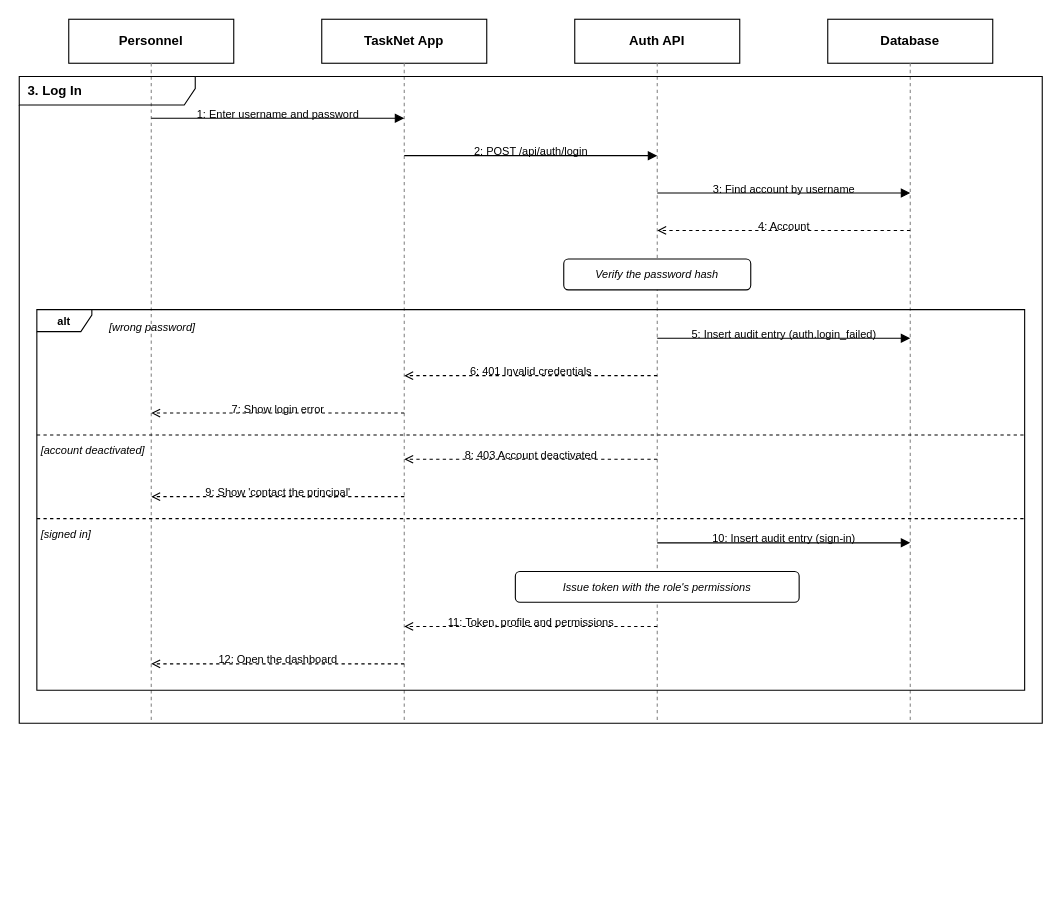
Earlier version of the draw.io diagram page "3. Log In" (3 of 14) of docs/TaskNet_Personnel_Sequence.drawio (sjekob/Task-and-Event-Management-System). Source tidied: cells renumbered, new cells numbered last; positions are measured from the earlier drawing's top-left corner, leaving out a move shared by most shapes. Both pictures are drawn from the tidied source at 110%, with x=0, y=0 at pixel (19, 19).
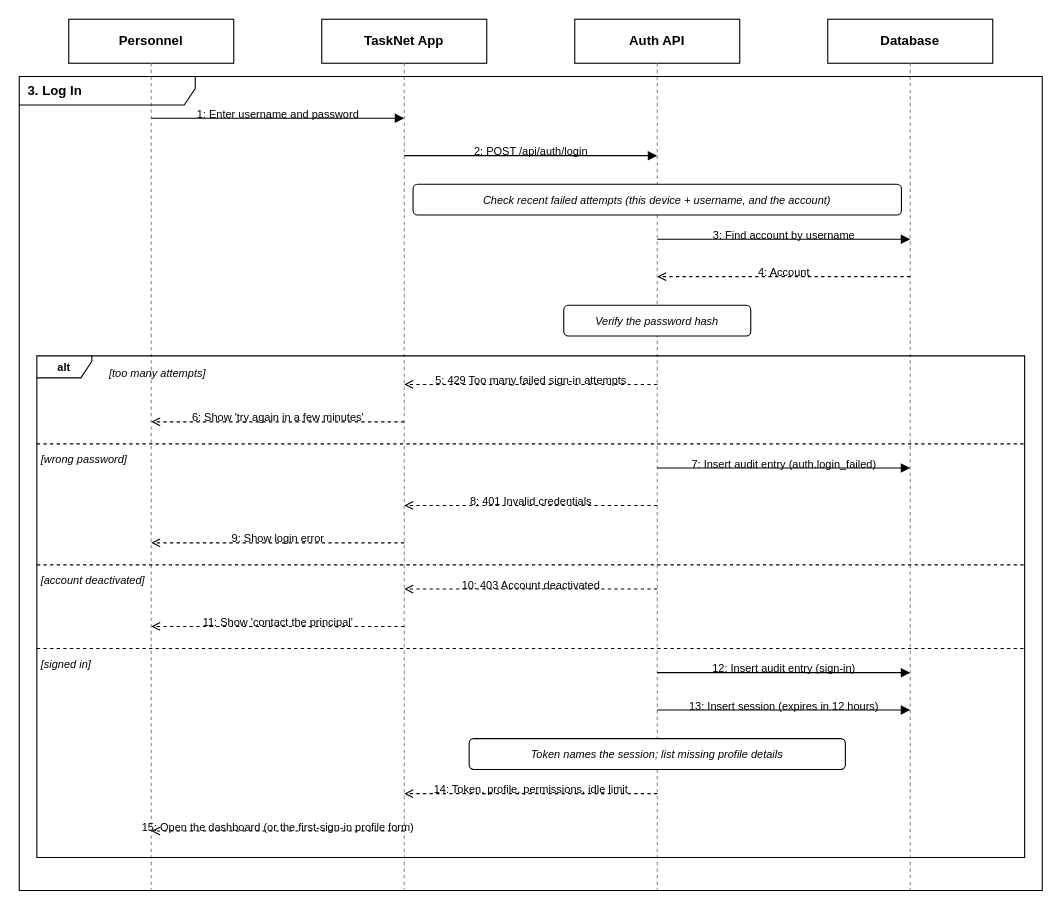
Above is the later version.

Change to the diagram source:
```diff
@@
-    <mxCell id="2" value="Personnel" style="rounded=0;whiteSpace=wrap;html=1;fillColor=#ffffff;strokeColor=#000000;fontColor=#000000;fontStyle=1;fontSize=12;" parent="1" vertex="1">
-      <mxGeometry x="45" width="150" height="40" as="geometry" />
-    </mxCell>
-    <mxCell id="3" style="endArrow=none;dashed=1;html=1;strokeColor=#888888;" parent="1" edge="1">
-      <mxGeometry relative="1" as="geometry">
-        <mxPoint x="120" y="40" as="sourcePoint" />
-        <mxPoint x="120" y="640" as="targetPoint" />
-      </mxGeometry>
-    </mxCell>
-    <mxCell id="4" value="TaskNet App" style="rounded=0;whiteSpace=wrap;html=1;fillColor=#ffffff;strokeColor=#000000;fontColor=#000000;fontStyle=1;fontSize=12;" parent="1" vertex="1">
-      <mxGeometry x="275" width="150" height="40" as="geometry" />
-    </mxCell>
-    <mxCell id="5" style="endArrow=none;dashed=1;html=1;strokeColor=#888888;" parent="1" edge="1">
-      <mxGeometry relative="1" as="geometry">
-        <mxPoint x="350" y="40" as="sourcePoint" />
-        <mxPoint x="350" y="640" as="targetPoint" />
-      </mxGeometry>
-    </mxCell>
-    <mxCell id="6" value="Auth API" style="rounded=0;whiteSpace=wrap;html=1;fillColor=#ffffff;strokeColor=#000000;fontColor=#000000;fontStyle=1;fontSize=12;" parent="1" vertex="1">
-      <mxGeometry x="505" width="150" height="40" as="geometry" />
-    </mxCell>
-    <mxCell id="7" style="endArrow=none;dashed=1;html=1;strokeColor=#888888;" parent="1" edge="1">
-      <mxGeometry relative="1" as="geometry">
-        <mxPoint x="580" y="40" as="sourcePoint" />
-        <mxPoint x="580" y="640" as="targetPoint" />
-      </mxGeometry>
-    </mxCell>
-    <mxCell id="8" value="Database" style="rounded=0;whiteSpace=wrap;html=1;fillColor=#ffffff;strokeColor=#000000;fontColor=#000000;fontStyle=1;fontSize=12;" parent="1" vertex="1">
-      <mxGeometry x="735" width="150" height="40" as="geometry" />
-    </mxCell>
-    <mxCell id="9" style="endArrow=none;dashed=1;html=1;strokeColor=#888888;" parent="1" edge="1">
-      <mxGeometry relative="1" as="geometry">
-        <mxPoint x="810" y="40" as="sourcePoint" />
-        <mxPoint x="810" y="640" as="targetPoint" />
-      </mxGeometry>
-    </mxCell>
-    <mxCell id="10" value="3. Log In" style="shape=umlFrame;whiteSpace=wrap;html=1;width=160;height=26;fillColor=none;strokeColor=#000000;fontColor=#000000;fontSize=12;fontStyle=1;align=left;spacingLeft=6;" parent="1" vertex="1">
-      <mxGeometry y="52" width="930" height="588" as="geometry" />
-    </mxCell>
+    <mxCell id="43" value="Personnel" style="rounded=0;whiteSpace=wrap;html=1;fillColor=#ffffff;strokeColor=#000000;fontColor=#000000;fontStyle=1;fontSize=12;" parent="1" vertex="1">
+      <mxGeometry x="45" width="150" height="40" as="geometry" />
+    </mxCell>
+    <mxCell id="44" style="endArrow=none;dashed=1;html=1;strokeColor=#888888;" parent="1" edge="1">
+      <mxGeometry relative="1" as="geometry">
+        <mxPoint x="120" y="40" as="sourcePoint" />
+        <mxPoint x="120" y="792" as="targetPoint" />
+      </mxGeometry>
+    </mxCell>
+    <mxCell id="45" value="TaskNet App" style="rounded=0;whiteSpace=wrap;html=1;fillColor=#ffffff;strokeColor=#000000;fontColor=#000000;fontStyle=1;fontSize=12;" parent="1" vertex="1">
+      <mxGeometry x="275" width="150" height="40" as="geometry" />
+    </mxCell>
+    <mxCell id="46" style="endArrow=none;dashed=1;html=1;strokeColor=#888888;" parent="1" edge="1">
+      <mxGeometry relative="1" as="geometry">
+        <mxPoint x="350" y="40" as="sourcePoint" />
+        <mxPoint x="350" y="792" as="targetPoint" />
+      </mxGeometry>
+    </mxCell>
+    <mxCell id="47" value="Auth API" style="rounded=0;whiteSpace=wrap;html=1;fillColor=#ffffff;strokeColor=#000000;fontColor=#000000;fontStyle=1;fontSize=12;" parent="1" vertex="1">
+      <mxGeometry x="505" width="150" height="40" as="geometry" />
+    </mxCell>
+    <mxCell id="48" style="endArrow=none;dashed=1;html=1;strokeColor=#888888;" parent="1" edge="1">
+      <mxGeometry relative="1" as="geometry">
+        <mxPoint x="580" y="40" as="sourcePoint" />
+        <mxPoint x="580" y="792" as="targetPoint" />
+      </mxGeometry>
+    </mxCell>
+    <mxCell id="49" value="Database" style="rounded=0;whiteSpace=wrap;html=1;fillColor=#ffffff;strokeColor=#000000;fontColor=#000000;fontStyle=1;fontSize=12;" parent="1" vertex="1">
+      <mxGeometry x="735" width="150" height="40" as="geometry" />
+    </mxCell>
+    <mxCell id="50" style="endArrow=none;dashed=1;html=1;strokeColor=#888888;" parent="1" edge="1">
+      <mxGeometry relative="1" as="geometry">
+        <mxPoint x="810" y="40" as="sourcePoint" />
+        <mxPoint x="810" y="792" as="targetPoint" />
+      </mxGeometry>
+    </mxCell>
+    <mxCell id="51" value="3. Log In" style="shape=umlFrame;whiteSpace=wrap;html=1;width=160;height=26;fillColor=none;strokeColor=#000000;fontColor=#000000;fontSize=12;fontStyle=1;align=left;spacingLeft=6;" parent="1" vertex="1">
+      <mxGeometry y="52" width="930" height="740" as="geometry" />
+    </mxCell>
@@
-    <mxCell id="15" style="edgeStyle=none;html=1;strokeColor=#000000;endSize=6;endArrow=block;endFill=1;" parent="1" edge="1">
-      <mxGeometry relative="1" as="geometry">
-        <mxPoint x="580" y="158" as="sourcePoint" />
-        <mxPoint x="810" y="158" as="targetPoint" />
-      </mxGeometry>
+    <mxCell id="15" value="Check recent failed attempts (this device + username, and the account)" style="rounded=1;html=1;whiteSpace=wrap;fillColor=#ffffff;strokeColor=#000000;fontColor=#000000;fontSize=10;fontStyle=2;" parent="1" vertex="1">
+      <mxGeometry x="358" y="150" width="444" height="28" as="geometry" />
     </mxCell>
-    <mxCell id="16" value="3: Find account by username" style="text;html=1;fontColor=#000000;fontSize=10;align=center;whiteSpace=nowrap;" parent="1" vertex="1">
-      <mxGeometry x="580" y="142" width="230" height="14" as="geometry" />
+    <mxCell id="16" style="edgeStyle=none;html=1;strokeColor=#000000;endSize=6;endArrow=block;endFill=1;" parent="1" edge="1">
+      <mxGeometry relative="1" as="geometry">
+        <mxPoint x="580" y="200" as="sourcePoint" />
+        <mxPoint x="810" y="200" as="targetPoint" />
+      </mxGeometry>
     </mxCell>
-    <mxCell id="17" style="edgeStyle=none;html=1;strokeColor=#000000;endSize=6;dashed=1;endArrow=open;endFill=0;" parent="1" edge="1">
-      <mxGeometry relative="1" as="geometry">
-        <mxPoint x="810" y="192" as="sourcePoint" />
-        <mxPoint x="580" y="192" as="targetPoint" />
-      </mxGeometry>
+    <mxCell id="17" value="3: Find account by username" style="text;html=1;fontColor=#000000;fontSize=10;align=center;whiteSpace=nowrap;" parent="1" vertex="1">
+      <mxGeometry x="580" y="184" width="230" height="14" as="geometry" />
     </mxCell>
-    <mxCell id="18" value="4: Account" style="text;html=1;fontColor=#000000;fontSize=10;align=center;whiteSpace=nowrap;" parent="1" vertex="1">
-      <mxGeometry x="580" y="176" width="230" height="14" as="geometry" />
+    <mxCell id="18" style="edgeStyle=none;html=1;strokeColor=#000000;endSize=6;dashed=1;endArrow=open;endFill=0;" parent="1" edge="1">
+      <mxGeometry relative="1" as="geometry">
+        <mxPoint x="810" y="234" as="sourcePoint" />
+        <mxPoint x="580" y="234" as="targetPoint" />
+      </mxGeometry>
     </mxCell>
-    <mxCell id="19" value="Verify the password hash" style="rounded=1;html=1;whiteSpace=wrap;fillColor=#ffffff;strokeColor=#000000;fontColor=#000000;fontSize=10;fontStyle=2;" parent="1" vertex="1">
-      <mxGeometry x="495" y="218" width="170" height="28" as="geometry" />
+    <mxCell id="19" value="4: Account" style="text;html=1;fontColor=#000000;fontSize=10;align=center;whiteSpace=nowrap;" parent="1" vertex="1">
+      <mxGeometry x="580" y="218" width="230" height="14" as="geometry" />
     </mxCell>
-    <mxCell id="20" value="[wrong password]" style="text;html=1;fontColor=#000000;fontSize=10;align=left;fontStyle=2;" parent="1" vertex="1">
-      <mxGeometry x="80" y="268" width="400" height="14" as="geometry" />
+    <mxCell id="20" value="Verify the password hash" style="rounded=1;html=1;whiteSpace=wrap;fillColor=#ffffff;strokeColor=#000000;fontColor=#000000;fontSize=10;fontStyle=2;" parent="1" vertex="1">
+      <mxGeometry x="495" y="260" width="170" height="28" as="geometry" />
     </mxCell>
-    <mxCell id="21" style="edgeStyle=none;html=1;strokeColor=#000000;endSize=6;endArrow=block;endFill=1;" parent="1" edge="1">
-      <mxGeometry relative="1" as="geometry">
-        <mxPoint x="580" y="290" as="sourcePoint" />
-        <mxPoint x="810" y="290" as="targetPoint" />
-      </mxGeometry>
+    <mxCell id="21" value="[too many attempts]" style="text;html=1;fontColor=#000000;fontSize=10;align=left;fontStyle=2;" parent="1" vertex="1">
+      <mxGeometry x="80" y="310" width="400" height="14" as="geometry" />
     </mxCell>
-    <mxCell id="22" value="5: Insert audit entry (auth.login_failed)" style="text;html=1;fontColor=#000000;fontSize=10;align=center;whiteSpace=nowrap;" parent="1" vertex="1">
-      <mxGeometry x="580" y="274" width="230" height="14" as="geometry" />
+    <mxCell id="22" style="edgeStyle=none;html=1;strokeColor=#000000;endSize=6;dashed=1;endArrow=open;endFill=0;" parent="1" edge="1">
+      <mxGeometry relative="1" as="geometry">
+        <mxPoint x="580" y="332" as="sourcePoint" />
+        <mxPoint x="350" y="332" as="targetPoint" />
+      </mxGeometry>
     </mxCell>
-    <mxCell id="23" style="edgeStyle=none;html=1;strokeColor=#000000;endSize=6;dashed=1;endArrow=open;endFill=0;" parent="1" edge="1">
-      <mxGeometry relative="1" as="geometry">
-        <mxPoint x="580" y="324" as="sourcePoint" />
-        <mxPoint x="350" y="324" as="targetPoint" />
-      </mxGeometry>
+    <mxCell id="23" value="5: 429 Too many failed sign-in attempts" style="text;html=1;fontColor=#000000;fontSize=10;align=center;whiteSpace=nowrap;" parent="1" vertex="1">
+      <mxGeometry x="350" y="316" width="230" height="14" as="geometry" />
     </mxCell>
-    <mxCell id="24" value="6: 401 Invalid credentials" style="text;html=1;fontColor=#000000;fontSize=10;align=center;whiteSpace=nowrap;" parent="1" vertex="1">
-      <mxGeometry x="350" y="308" width="230" height="14" as="geometry" />
+    <mxCell id="24" style="edgeStyle=none;html=1;strokeColor=#000000;endSize=6;dashed=1;endArrow=open;endFill=0;" parent="1" edge="1">
+      <mxGeometry relative="1" as="geometry">
+        <mxPoint x="350" y="366" as="sourcePoint" />
+        <mxPoint x="120" y="366" as="targetPoint" />
+      </mxGeometry>
     </mxCell>
-    <mxCell id="25" style="edgeStyle=none;html=1;strokeColor=#000000;endSize=6;dashed=1;endArrow=open;endFill=0;" parent="1" edge="1">
-      <mxGeometry relative="1" as="geometry">
-        <mxPoint x="350" y="358" as="sourcePoint" />
-        <mxPoint x="120" y="358" as="targetPoint" />
-      </mxGeometry>
+    <mxCell id="25" value="6: Show 'try again in a few minutes'" style="text;html=1;fontColor=#000000;fontSize=10;align=center;whiteSpace=nowrap;" parent="1" vertex="1">
+      <mxGeometry x="120" y="350" width="230" height="14" as="geometry" />
     </mxCell>
-    <mxCell id="26" value="7: Show login error" style="text;html=1;fontColor=#000000;fontSize=10;align=center;whiteSpace=nowrap;" parent="1" vertex="1">
-      <mxGeometry x="120" y="342" width="230" height="14" as="geometry" />
+    <mxCell id="26" value="[wrong password]" style="text;html=1;fontColor=#000000;fontSize=10;align=left;fontStyle=2;" parent="1" vertex="1">
+      <mxGeometry x="18" y="388" width="400" height="14" as="geometry" />
     </mxCell>
-    <mxCell id="27" value="[account deactivated]" style="text;html=1;fontColor=#000000;fontSize=10;align=left;fontStyle=2;" parent="1" vertex="1">
-      <mxGeometry x="18" y="380" width="400" height="14" as="geometry" />
+    <mxCell id="27" style="edgeStyle=none;html=1;strokeColor=#000000;endSize=6;endArrow=block;endFill=1;" parent="1" edge="1">
+      <mxGeometry relative="1" as="geometry">
+        <mxPoint x="580" y="408" as="sourcePoint" />
+        <mxPoint x="810" y="408" as="targetPoint" />
+      </mxGeometry>
     </mxCell>
-    <mxCell id="28" style="edgeStyle=none;html=1;strokeColor=#000000;endSize=6;dashed=1;endArrow=open;endFill=0;" parent="1" edge="1">
-      <mxGeometry relative="1" as="geometry">
-        <mxPoint x="580" y="400" as="sourcePoint" />
-        <mxPoint x="350" y="400" as="targetPoint" />
-      </mxGeometry>
+    <mxCell id="28" value="7: Insert audit entry (auth.login_failed)" style="text;html=1;fontColor=#000000;fontSize=10;align=center;whiteSpace=nowrap;" parent="1" vertex="1">
+      <mxGeometry x="580" y="392" width="230" height="14" as="geometry" />
     </mxCell>
-    <mxCell id="29" value="8: 403 Account deactivated" style="text;html=1;fontColor=#000000;fontSize=10;align=center;whiteSpace=nowrap;" parent="1" vertex="1">
-      <mxGeometry x="350" y="384" width="230" height="14" as="geometry" />
+    <mxCell id="29" style="edgeStyle=none;html=1;strokeColor=#000000;endSize=6;dashed=1;endArrow=open;endFill=0;" parent="1" edge="1">
+      <mxGeometry relative="1" as="geometry">
+        <mxPoint x="580" y="442" as="sourcePoint" />
+        <mxPoint x="350" y="442" as="targetPoint" />
+      </mxGeometry>
     </mxCell>
-    <mxCell id="30" style="edgeStyle=none;html=1;strokeColor=#000000;endSize=6;dashed=1;endArrow=open;endFill=0;" parent="1" edge="1">
-      <mxGeometry relative="1" as="geometry">
-        <mxPoint x="350" y="434" as="sourcePoint" />
-        <mxPoint x="120" y="434" as="targetPoint" />
-      </mxGeometry>
+    <mxCell id="30" value="8: 401 Invalid credentials" style="text;html=1;fontColor=#000000;fontSize=10;align=center;whiteSpace=nowrap;" parent="1" vertex="1">
+      <mxGeometry x="350" y="426" width="230" height="14" as="geometry" />
     </mxCell>
-    <mxCell id="31" value="9: Show 'contact the principal'" style="text;html=1;fontColor=#000000;fontSize=10;align=center;whiteSpace=nowrap;" parent="1" vertex="1">
-      <mxGeometry x="120" y="418" width="230" height="14" as="geometry" />
+    <mxCell id="31" style="edgeStyle=none;html=1;strokeColor=#000000;endSize=6;dashed=1;endArrow=open;endFill=0;" parent="1" edge="1">
+      <mxGeometry relative="1" as="geometry">
+        <mxPoint x="350" y="476" as="sourcePoint" />
+        <mxPoint x="120" y="476" as="targetPoint" />
+      </mxGeometry>
     </mxCell>
-    <mxCell id="32" value="[signed in]" style="text;html=1;fontColor=#000000;fontSize=10;align=left;fontStyle=2;" parent="1" vertex="1">
-      <mxGeometry x="18" y="456" width="400" height="14" as="geometry" />
+    <mxCell id="32" value="9: Show login error" style="text;html=1;fontColor=#000000;fontSize=10;align=center;whiteSpace=nowrap;" parent="1" vertex="1">
+      <mxGeometry x="120" y="460" width="230" height="14" as="geometry" />
     </mxCell>
-    <mxCell id="33" style="edgeStyle=none;html=1;strokeColor=#000000;endSize=6;endArrow=block;endFill=1;" parent="1" edge="1">
-      <mxGeometry relative="1" as="geometry">
-        <mxPoint x="580" y="476" as="sourcePoint" />
-        <mxPoint x="810" y="476" as="targetPoint" />
-      </mxGeometry>
+    <mxCell id="33" value="[account deactivated]" style="text;html=1;fontColor=#000000;fontSize=10;align=left;fontStyle=2;" parent="1" vertex="1">
+      <mxGeometry x="18" y="498" width="400" height="14" as="geometry" />
     </mxCell>
-    <mxCell id="34" value="10: Insert audit entry (sign-in)" style="text;html=1;fontColor=#000000;fontSize=10;align=center;whiteSpace=nowrap;" parent="1" vertex="1">
-      <mxGeometry x="580" y="460" width="230" height="14" as="geometry" />
+    <mxCell id="34" style="edgeStyle=none;html=1;strokeColor=#000000;endSize=6;dashed=1;endArrow=open;endFill=0;" parent="1" edge="1">
+      <mxGeometry relative="1" as="geometry">
+        <mxPoint x="580" y="518" as="sourcePoint" />
+        <mxPoint x="350" y="518" as="targetPoint" />
+      </mxGeometry>
     </mxCell>
-    <mxCell id="35" value="Issue token with the role's permissions" style="rounded=1;html=1;whiteSpace=wrap;fillColor=#ffffff;strokeColor=#000000;fontColor=#000000;fontSize=10;fontStyle=2;" parent="1" vertex="1">
-      <mxGeometry x="451" y="502" width="258" height="28" as="geometry" />
+    <mxCell id="35" value="10: 403 Account deactivated" style="text;html=1;fontColor=#000000;fontSize=10;align=center;whiteSpace=nowrap;" parent="1" vertex="1">
+      <mxGeometry x="350" y="502" width="230" height="14" as="geometry" />
     </mxCell>
     <mxCell id="36" style="edgeStyle=none;html=1;strokeColor=#000000;endSize=6;dashed=1;endArrow=open;endFill=0;" parent="1" edge="1">
       <mxGeometry relative="1" as="geometry">
-        <mxPoint x="580" y="552" as="sourcePoint" />
-        <mxPoint x="350" y="552" as="targetPoint" />
+        <mxPoint x="350" y="552" as="sourcePoint" />
+        <mxPoint x="120" y="552" as="targetPoint" />
       </mxGeometry>
     </mxCell>
-    <mxCell id="37" value="11: Token, profile and permissions" style="text;html=1;fontColor=#000000;fontSize=10;align=center;whiteSpace=nowrap;" parent="1" vertex="1">
-      <mxGeometry x="350" y="536" width="230" height="14" as="geometry" />
+    <mxCell id="37" value="11: Show 'contact the principal'" style="text;html=1;fontColor=#000000;fontSize=10;align=center;whiteSpace=nowrap;" parent="1" vertex="1">
+      <mxGeometry x="120" y="536" width="230" height="14" as="geometry" />
     </mxCell>
-    <mxCell id="38" style="edgeStyle=none;html=1;strokeColor=#000000;endSize=6;dashed=1;endArrow=open;endFill=0;" parent="1" edge="1">
-      <mxGeometry relative="1" as="geometry">
-        <mxPoint x="350" y="586" as="sourcePoint" />
-        <mxPoint x="120" y="586" as="targetPoint" />
-      </mxGeometry>
+    <mxCell id="38" value="[signed in]" style="text;html=1;fontColor=#000000;fontSize=10;align=left;fontStyle=2;" parent="1" vertex="1">
+      <mxGeometry x="18" y="574" width="400" height="14" as="geometry" />
     </mxCell>
-    <mxCell id="39" value="12: Open the dashboard" style="text;html=1;fontColor=#000000;fontSize=10;align=center;whiteSpace=nowrap;" parent="1" vertex="1">
-      <mxGeometry x="120" y="570" width="230" height="14" as="geometry" />
+    <mxCell id="39" style="edgeStyle=none;html=1;strokeColor=#000000;endSize=6;endArrow=block;endFill=1;" parent="1" edge="1">
+      <mxGeometry relative="1" as="geometry">
+        <mxPoint x="580" y="594" as="sourcePoint" />
+        <mxPoint x="810" y="594" as="targetPoint" />
+      </mxGeometry>
     </mxCell>
-    <mxCell id="40" value="alt" style="shape=umlFrame;whiteSpace=wrap;html=1;width=50;height=20;fillColor=none;strokeColor=#000000;fontColor=#000000;fontSize=10;fontStyle=1;" parent="1" vertex="1">
-      <mxGeometry x="16" y="264" width="898" height="346" as="geometry" />
+    <mxCell id="40" value="12: Insert audit entry (sign-in)" style="text;html=1;fontColor=#000000;fontSize=10;align=center;whiteSpace=nowrap;" parent="1" vertex="1">
+      <mxGeometry x="580" y="578" width="230" height="14" as="geometry" />
     </mxCell>
-    <mxCell id="41" style="endArrow=none;dashed=1;html=1;strokeColor=#000000;" parent="1" edge="1">
+    <mxCell id="41" style="edgeStyle=none;html=1;strokeColor=#000000;endSize=6;endArrow=block;endFill=1;" parent="1" edge="1">
       <mxGeometry relative="1" as="geometry">
-        <mxPoint x="16" y="378" as="sourcePoint" />
-        <mxPoint x="914" y="378" as="targetPoint" />
+        <mxPoint x="580" y="628" as="sourcePoint" />
+        <mxPoint x="810" y="628" as="targetPoint" />
       </mxGeometry>
     </mxCell>
-    <mxCell id="42" style="endArrow=none;dashed=1;html=1;strokeColor=#000000;" parent="1" edge="1">
-      <mxGeometry relative="1" as="geometry">
-        <mxPoint x="16" y="454" as="sourcePoint" />
-        <mxPoint x="914" y="454" as="targetPoint" />
-      </mxGeometry>
+    <mxCell id="42" value="13: Insert session (expires in 12 hours)" style="text;html=1;fontColor=#000000;fontSize=10;align=center;whiteSpace=nowrap;" parent="1" vertex="1">
+      <mxGeometry x="580" y="612" width="230" height="14" as="geometry" />
     </mxCell>
+    <mxCell id="2" value="Token names the session; list missing profile details" style="rounded=1;html=1;whiteSpace=wrap;fillColor=#ffffff;strokeColor=#000000;fontColor=#000000;fontSize=10;fontStyle=2;" parent="1" vertex="1">
+      <mxGeometry x="409" y="654" width="342" height="28" as="geometry" />
+    </mxCell>
+    <mxCell id="3" style="edgeStyle=none;html=1;strokeColor=#000000;endSize=6;dashed=1;endArrow=open;endFill=0;" parent="1" edge="1">
+      <mxGeometry relative="1" as="geometry">
+        <mxPoint x="580" y="704" as="sourcePoint" />
+        <mxPoint x="350" y="704" as="targetPoint" />
+      </mxGeometry>
+    </mxCell>
+    <mxCell id="4" value="14: Token, profile, permissions, idle limit" style="text;html=1;fontColor=#000000;fontSize=10;align=center;whiteSpace=nowrap;" parent="1" vertex="1">
+      <mxGeometry x="350" y="688" width="230" height="14" as="geometry" />
+    </mxCell>
+    <mxCell id="5" style="edgeStyle=none;html=1;strokeColor=#000000;endSize=6;dashed=1;endArrow=open;endFill=0;" parent="1" edge="1">
+      <mxGeometry relative="1" as="geometry">
+        <mxPoint x="350" y="738" as="sourcePoint" />
+        <mxPoint x="120" y="738" as="targetPoint" />
+      </mxGeometry>
+    </mxCell>
+    <mxCell id="6" value="15: Open the dashboard (or the first-sign-in profile form)" style="text;html=1;fontColor=#000000;fontSize=10;align=center;whiteSpace=nowrap;" parent="1" vertex="1">
+      <mxGeometry x="120" y="722" width="230" height="14" as="geometry" />
+    </mxCell>
+    <mxCell id="7" value="alt" style="shape=umlFrame;whiteSpace=wrap;html=1;width=50;height=20;fillColor=none;strokeColor=#000000;fontColor=#000000;fontSize=10;fontStyle=1;" parent="1" vertex="1">
+      <mxGeometry x="16" y="306" width="898" height="456" as="geometry" />
+    </mxCell>
+    <mxCell id="8" style="endArrow=none;dashed=1;html=1;strokeColor=#000000;" parent="1" edge="1">
+      <mxGeometry relative="1" as="geometry">
+        <mxPoint x="16" y="386" as="sourcePoint" />
+        <mxPoint x="914" y="386" as="targetPoint" />
+      </mxGeometry>
+    </mxCell>
+    <mxCell id="9" style="endArrow=none;dashed=1;html=1;strokeColor=#000000;" parent="1" edge="1">
+      <mxGeometry relative="1" as="geometry">
+        <mxPoint x="16" y="496" as="sourcePoint" />
+        <mxPoint x="914" y="496" as="targetPoint" />
+      </mxGeometry>
+    </mxCell>
+    <mxCell id="10" style="endArrow=none;dashed=1;html=1;strokeColor=#000000;" parent="1" edge="1">
+      <mxGeometry relative="1" as="geometry">
+        <mxPoint x="16" y="572" as="sourcePoint" />
+        <mxPoint x="914" y="572" as="targetPoint" />
+      </mxGeometry>
+    </mxCell>
```
